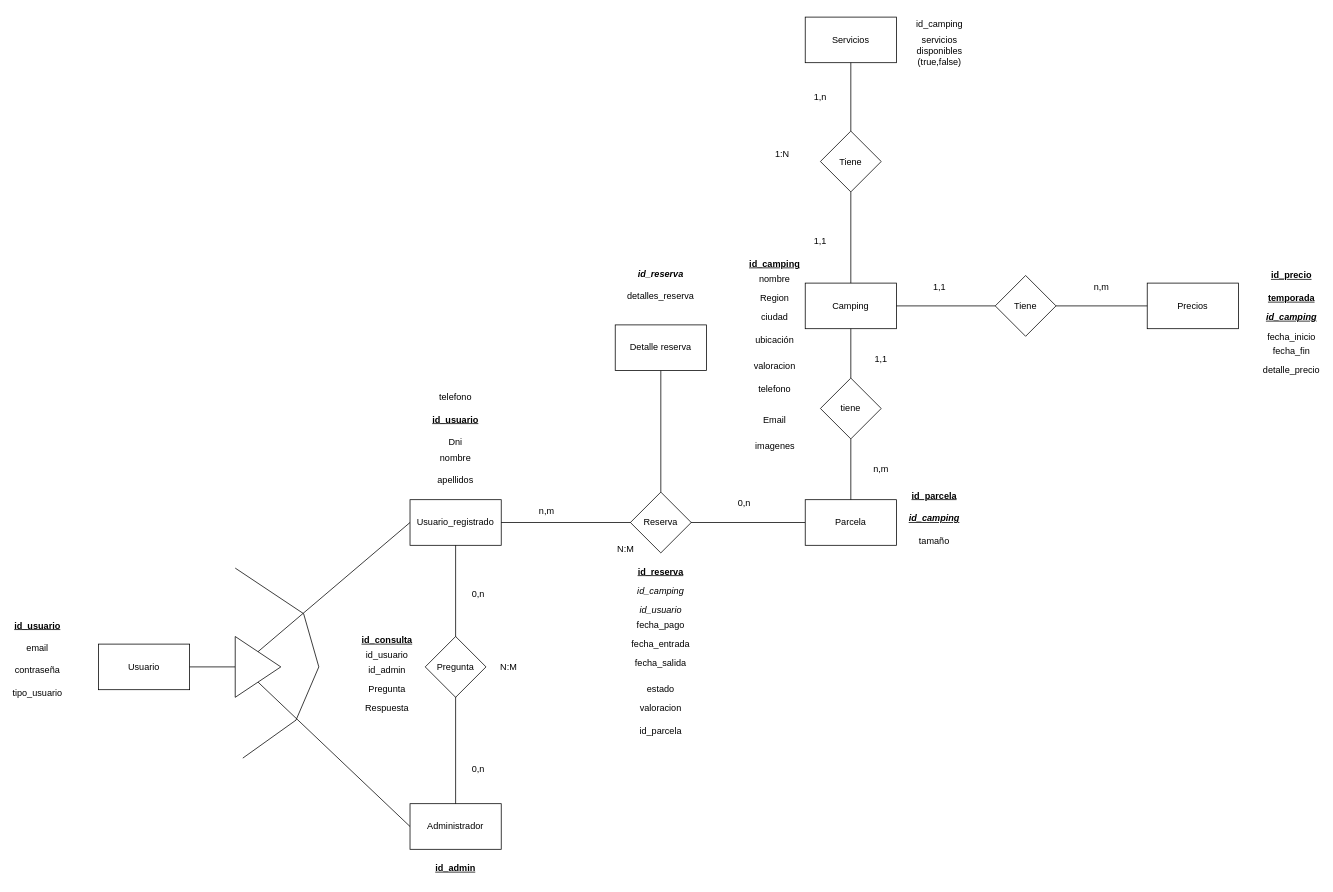
Before: docs/Camping-Pong-ER.drawio in Oscaralcala24/Camping-pong, a draw.io diagram. Source tidied: cells renumbered, new cells numbered last; positions are measured from the earlier drawing's top-left corner, leaving out a move shared by most shapes. Both pictures are drawn from the tidied source at 76%, with x=0, y=0 at pixel (14, 13).
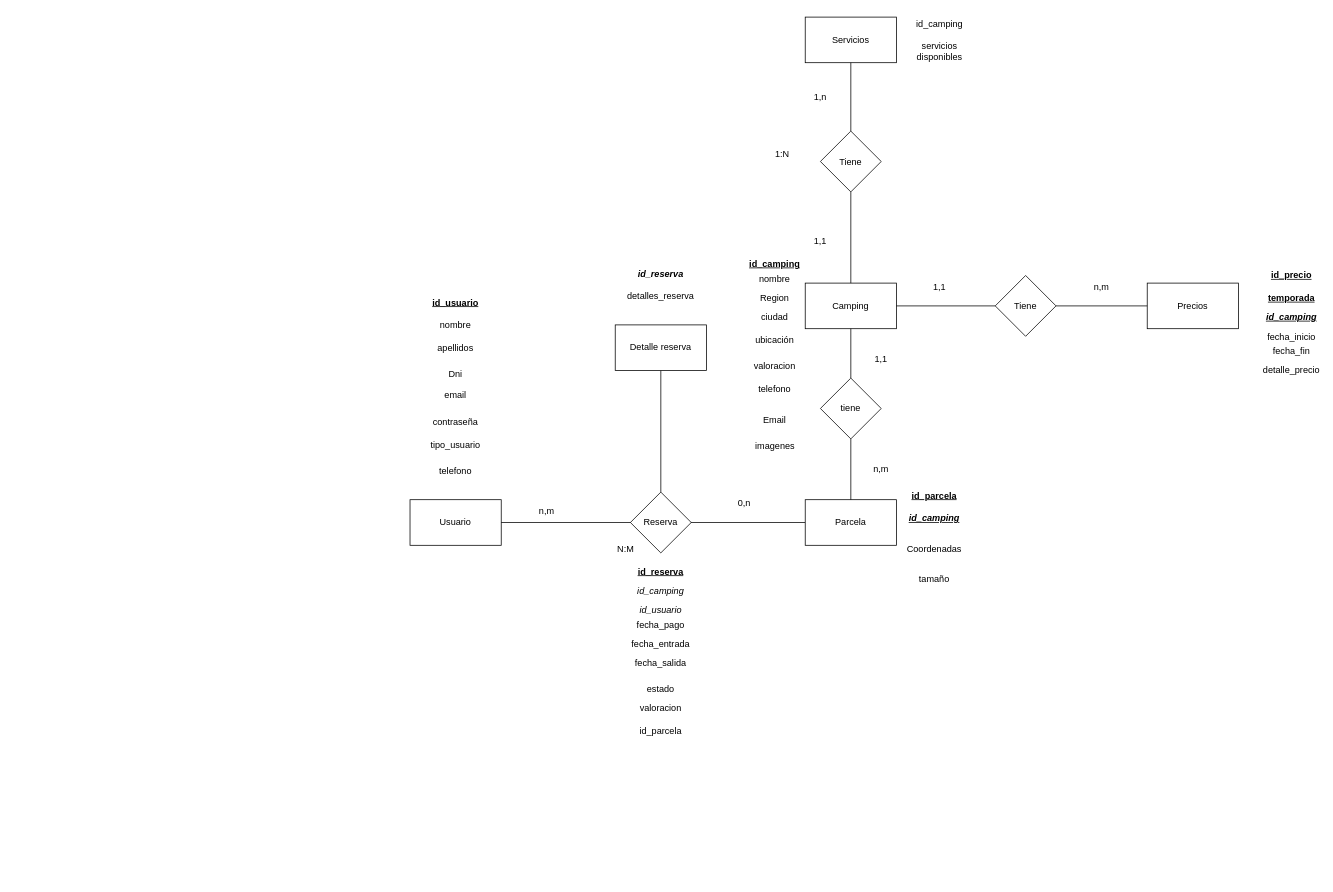
The same diagram, later.

Diff of the diagram source:
```diff
@@
-    <mxCell id="2" value="Usuario_registrado" style="rounded=0;whiteSpace=wrap;html=1;" parent="1" vertex="1">
+    <mxCell id="2" value="Usuario" style="rounded=0;whiteSpace=wrap;html=1;" parent="1" vertex="1">
       <mxGeometry x="520" y="640" width="120" height="60" as="geometry" />
     </mxCell>
@@
-    <mxCell id="4" value="Administrador" style="rounded=0;whiteSpace=wrap;html=1;" parent="1" vertex="1">
-      <mxGeometry x="520" y="1040" width="120" height="60" as="geometry" />
-    </mxCell>
@@
-    <mxCell id="8" style="endArrow=none;html=1;rounded=0;entryX=0.5;entryY=1;entryDx=0;entryDy=0;" parent="1" edge="1" source="4" target="2">
-      <mxGeometry relative="1" as="geometry" />
-    </mxCell>
-    <mxCell id="9" value="Pregunta" style="rhombus;whiteSpace=wrap;html=1;" parent="1" vertex="1">
-      <mxGeometry x="540" y="820" width="80" height="80" as="geometry" />
-    </mxCell>
@@
-    <mxCell id="12" value="0,n" style="text;html=1;strokeColor=none;fillColor=none;align=center;verticalAlign=middle;whiteSpace=wrap;rounded=0;" parent="1" vertex="1">
-      <mxGeometry x="580" y="980" width="60" height="30" as="geometry" />
-    </mxCell>
-    <mxCell id="13" value="0,n" style="text;html=1;strokeColor=none;fillColor=none;align=center;verticalAlign=middle;whiteSpace=wrap;rounded=0;" parent="1" vertex="1">
-      <mxGeometry x="580" y="750" width="60" height="30" as="geometry" />
-    </mxCell>
-    <mxCell id="14" value="N:M" style="text;html=1;strokeColor=none;fillColor=none;align=center;verticalAlign=middle;whiteSpace=wrap;rounded=0;" parent="1" vertex="1">
-      <mxGeometry x="620" y="845" width="60" height="30" as="geometry" />
-    </mxCell>
     <mxCell id="15" value="&lt;b&gt;&lt;u&gt;id_usuario&lt;/u&gt;&lt;/b&gt;" style="text;html=1;strokeColor=none;fillColor=none;align=center;verticalAlign=middle;whiteSpace=wrap;rounded=0;" parent="1" vertex="1">
-      <mxGeometry y="791" width="60" height="30" as="geometry" />
+      <mxGeometry x="550" y="366" width="60" height="30" as="geometry" />
     </mxCell>
     <mxCell id="16" value="email" style="text;html=1;strokeColor=none;fillColor=none;align=center;verticalAlign=middle;whiteSpace=wrap;rounded=0;" parent="1" vertex="1">
-      <mxGeometry y="821" width="60" height="30" as="geometry" />
+      <mxGeometry x="550" y="487.5" width="60" height="30" as="geometry" />
     </mxCell>
     <mxCell id="17" value="contraseña" style="text;html=1;strokeColor=none;fillColor=none;align=center;verticalAlign=middle;whiteSpace=wrap;rounded=0;" parent="1" vertex="1">
-      <mxGeometry y="850" width="60" height="30" as="geometry" />
+      <mxGeometry x="550" y="522.5" width="60" height="30" as="geometry" />
     </mxCell>
     <mxCell id="18" value="nombre" style="text;html=1;strokeColor=none;fillColor=none;align=center;verticalAlign=middle;whiteSpace=wrap;rounded=0;" parent="1" vertex="1">
-      <mxGeometry x="550" y="570" width="60" height="30" as="geometry" />
+      <mxGeometry x="550" y="396" width="60" height="30" as="geometry" />
     </mxCell>
     <mxCell id="19" value="apellidos" style="text;html=1;strokeColor=none;fillColor=none;align=center;verticalAlign=middle;whiteSpace=wrap;rounded=0;" parent="1" vertex="1">
-      <mxGeometry x="550" y="600" width="60" height="30" as="geometry" />
+      <mxGeometry x="550" y="426" width="60" height="30" as="geometry" />
     </mxCell>
@@
-    <mxCell id="29" value="&lt;b&gt;&lt;u&gt;id_consulta&lt;/u&gt;&lt;/b&gt;" style="text;html=1;strokeColor=none;fillColor=none;align=center;verticalAlign=middle;whiteSpace=wrap;rounded=0;" parent="1" vertex="1">
-      <mxGeometry x="460" y="810" width="60" height="30" as="geometry" />
-    </mxCell>
-    <mxCell id="30" value="id_usuario" style="text;html=1;strokeColor=none;fillColor=none;align=center;verticalAlign=middle;whiteSpace=wrap;rounded=0;" parent="1" vertex="1">
-      <mxGeometry x="460" y="830" width="60" height="30" as="geometry" />
-    </mxCell>
-    <mxCell id="31" value="id_admin" style="text;html=1;strokeColor=none;fillColor=none;align=center;verticalAlign=middle;whiteSpace=wrap;rounded=0;" parent="1" vertex="1">
-      <mxGeometry x="460" y="850" width="60" height="30" as="geometry" />
-    </mxCell>
@@
-    <mxCell id="33" value="Usuario" style="rounded=0;whiteSpace=wrap;html=1;" parent="1" vertex="1">
-      <mxGeometry x="110" y="830" width="120" height="60" as="geometry" />
-    </mxCell>
-    <mxCell id="34" style="endArrow=none;html=1;rounded=0;exitX=1;exitY=0.5;exitDx=0;exitDy=0;entryX=0;entryY=0.5;entryDx=0;entryDy=0;" parent="1" edge="1" source="33" target="35">
-      <mxGeometry relative="1" as="geometry" />
-    </mxCell>
-    <mxCell id="35" style="triangle;whiteSpace=wrap;html=1;" parent="1" vertex="1">
-      <mxGeometry x="290" y="820" width="60" height="80" as="geometry" />
-    </mxCell>
-    <mxCell id="36" style="endArrow=none;html=1;rounded=0;exitX=0.5;exitY=0;exitDx=0;exitDy=0;entryX=0;entryY=0.5;entryDx=0;entryDy=0;" parent="1" edge="1" source="35" target="2">
-      <mxGeometry relative="1" as="geometry" />
-    </mxCell>
-    <mxCell id="37" style="endArrow=none;html=1;rounded=0;entryX=0.5;entryY=1;entryDx=0;entryDy=0;exitX=0;exitY=0.5;exitDx=0;exitDy=0;" parent="1" edge="1" source="4" target="35">
-      <mxGeometry relative="1" as="geometry" />
-    </mxCell>
-    <mxCell id="38" style="endArrow=none;html=1;rounded=0;" parent="1" edge="1">
-      <mxGeometry relative="1" as="geometry">
-        <mxPoint x="300" y="980" as="sourcePoint" />
-        <mxPoint x="290" y="730" as="targetPoint" />
-        <Array as="points">
-          <mxPoint x="370" y="930" />
-          <mxPoint x="400" y="860" />
-          <mxPoint x="380" y="790" />
-        </Array>
-      </mxGeometry>
-    </mxCell>
-    <mxCell id="39" value="&lt;b&gt;&lt;u&gt;id_usuario&lt;/u&gt;&lt;/b&gt;" style="text;html=1;strokeColor=none;fillColor=none;align=center;verticalAlign=middle;whiteSpace=wrap;rounded=0;" parent="1" vertex="1">
-      <mxGeometry x="550" y="520" width="60" height="30" as="geometry" />
-    </mxCell>
-    <mxCell id="40" value="&lt;b&gt;&lt;u&gt;id_admin&lt;/u&gt;&lt;/b&gt;" style="text;html=1;strokeColor=none;fillColor=none;align=center;verticalAlign=middle;whiteSpace=wrap;rounded=0;" parent="1" vertex="1">
-      <mxGeometry x="550" y="1110" width="60" height="30" as="geometry" />
-    </mxCell>
     <mxCell id="41" value="tipo_usuario" style="text;html=1;strokeColor=none;fillColor=none;align=center;verticalAlign=middle;whiteSpace=wrap;rounded=0;" parent="1" vertex="1">
-      <mxGeometry y="880" width="60" height="30" as="geometry" />
+      <mxGeometry x="550" y="552.5" width="60" height="30" as="geometry" />
     </mxCell>
@@
     <mxCell id="52" value="Dni" style="text;html=1;strokeColor=none;fillColor=none;align=center;verticalAlign=middle;whiteSpace=wrap;rounded=0;" parent="1" vertex="1">
-      <mxGeometry x="550" y="550" width="60" height="30" as="geometry" />
+      <mxGeometry x="550" y="460" width="60" height="30" as="geometry" />
     </mxCell>
@@
-    <mxCell id="67" value="servicios disponibles&lt;br&gt;(true,false)" style="text;html=1;strokeColor=none;fillColor=none;align=center;verticalAlign=middle;whiteSpace=wrap;rounded=0;" parent="1" vertex="1">
+    <mxCell id="67" value="servicios disponibles" style="text;html=1;strokeColor=none;fillColor=none;align=center;verticalAlign=middle;whiteSpace=wrap;rounded=0;" parent="1" vertex="1">
       <mxGeometry x="1187" y="35" width="60" height="30" as="geometry" />
     </mxCell>
@@
-    <mxCell id="73" value="Pregunta" style="text;html=1;strokeColor=none;fillColor=none;align=center;verticalAlign=middle;whiteSpace=wrap;rounded=0;" parent="1" vertex="1">
-      <mxGeometry x="460" y="875" width="60" height="30" as="geometry" />
-    </mxCell>
-    <mxCell id="74" value="Respuesta" style="text;html=1;strokeColor=none;fillColor=none;align=center;verticalAlign=middle;whiteSpace=wrap;rounded=0;" parent="1" vertex="1">
-      <mxGeometry x="460" y="900" width="60" height="30" as="geometry" />
-    </mxCell>
     <mxCell id="75" value="telefono" style="text;html=1;strokeColor=none;fillColor=none;align=center;verticalAlign=middle;whiteSpace=wrap;rounded=0;" parent="1" vertex="1">
-      <mxGeometry x="550" y="490" width="60" height="30" as="geometry" />
+      <mxGeometry x="550" y="587.5" width="60" height="30" as="geometry" />
     </mxCell>
@@
     <mxCell id="84" value="tamaño" style="text;html=1;strokeColor=none;fillColor=none;align=center;verticalAlign=middle;whiteSpace=wrap;rounded=0;" parent="1" vertex="1">
-      <mxGeometry x="1180" y="680" width="60" height="30" as="geometry" />
+      <mxGeometry x="1180" y="730" width="60" height="30" as="geometry" />
     </mxCell>
@@
+    <mxCell id="90" value="Coordenadas" style="text;html=1;strokeColor=none;fillColor=none;align=center;verticalAlign=middle;whiteSpace=wrap;rounded=0;" parent="1" vertex="1">
+      <mxGeometry x="1180" y="690" width="60" height="30" as="geometry" />
+    </mxCell>
```
